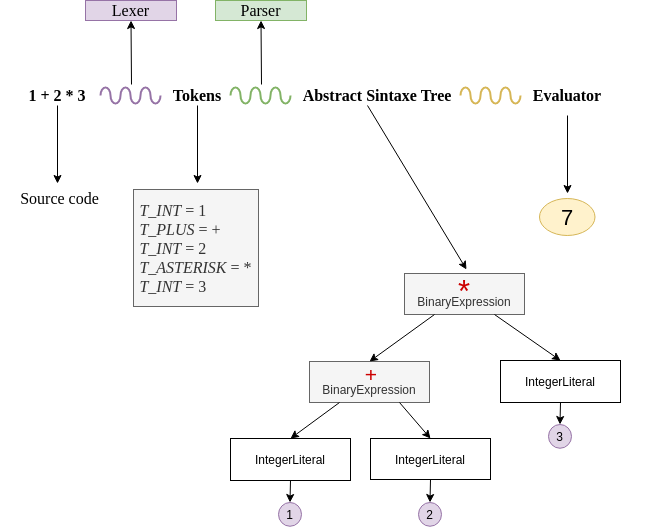
Before: resources/interpreter-steps.png, a diagram exported from draw.io (KennedyTedesco/monkey). Source tidied: cells renumbered, new cells last; positions are measured from the earlier drawing's top-left corner, leaving out a move shared by most shapes.
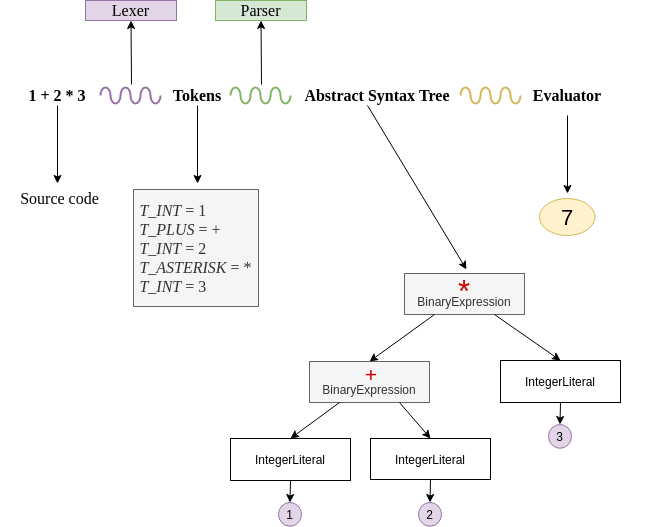
Later version of the same file.

The edit, as a diff of the source:
```diff
@@ -48,7 +48,7 @@
     <mxCell id="13" value="Parser" style="text;html=1;strokeColor=#82b366;fillColor=#d5e8d4;align=center;verticalAlign=middle;whiteSpace=wrap;rounded=0;fontFamily=Tahoma;fontSize=16;" parent="1" vertex="1">
       <mxGeometry x="215" width="91" height="20" as="geometry" />
     </mxCell>
-    <mxCell id="14" value="Abstract Sintaxe Tree" style="text;html=1;strokeColor=none;fillColor=none;align=center;verticalAlign=middle;whiteSpace=wrap;rounded=0;fontSize=16;fontFamily=Tahoma;fontStyle=1;" parent="1" vertex="1">
+    <mxCell id="14" value="Abstract Syntax Tree" style="text;html=1;strokeColor=none;fillColor=none;align=center;verticalAlign=middle;whiteSpace=wrap;rounded=0;fontSize=16;fontFamily=Tahoma;fontStyle=1;" parent="1" vertex="1">
       <mxGeometry x="290" y="85" width="174" height="20" as="geometry" />
     </mxCell>
     <mxCell id="15" style="endArrow=classic;html=1;fontFamily=Tahoma;fontSize=16;" parent="1" edge="1">
```
